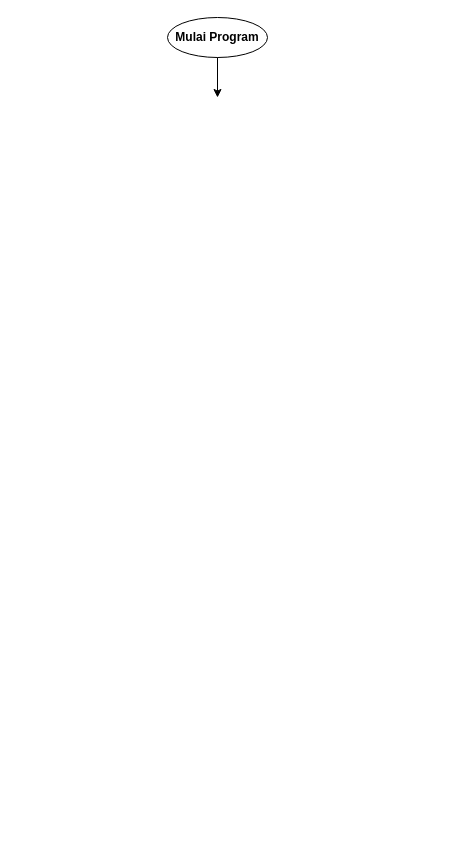
Earlier version of the draw.io diagram page "Page-1" (1 of 2) of Untitled Diagram.drawio (4KMALM/PengKomProject). Source tidied: cells renumbered, new cells numbered last; positions are measured from the earlier drawing's top-left corner, leaving out a move shared by most shapes. Both pictures are drawn from the tidied source at 100%, with x=0, y=0 at pixel (167, 17).
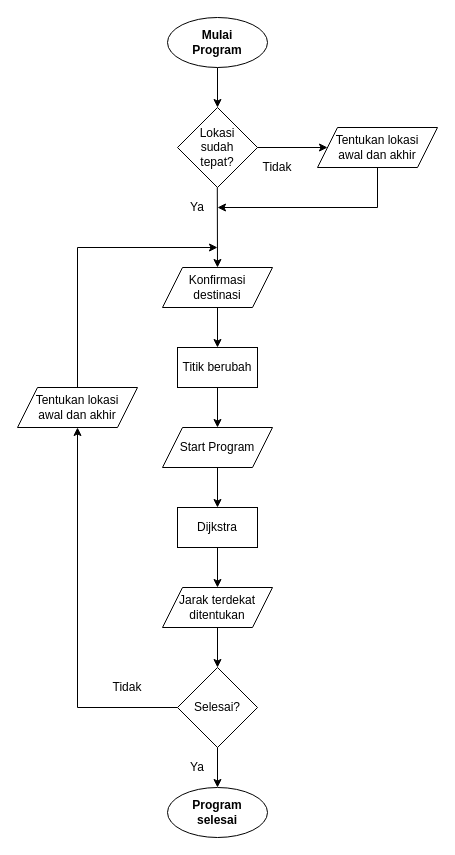
After the change.

Diff of the diagram source:
```diff
@@
+    <mxCell id="3" style="endArrow=classic;html=1;rounded=0;" parent="1" edge="1">
+      <mxGeometry relative="1" as="geometry">
+        <mxPoint x="50" y="50" as="sourcePoint" />
+        <mxPoint x="50" y="90" as="targetPoint" />
+      </mxGeometry>
+    </mxCell>
+    <mxCell id="4" style="edgeStyle=orthogonalEdgeStyle;rounded=0;orthogonalLoop=1;jettySize=auto;html=1;exitX=0.5;exitY=1;exitDx=0;exitDy=0;" parent="1" edge="1">
+      <mxGeometry relative="1" as="geometry">
+        <mxPoint x="160" y="150" as="sourcePoint" />
+        <mxPoint x="160" y="150" as="targetPoint" />
+      </mxGeometry>
+    </mxCell>
+    <mxCell id="5" style="endArrow=classic;html=1;rounded=0;entryX=0.5;entryY=0;entryDx=0;entryDy=0;" parent="1" edge="1" target="13">
+      <mxGeometry relative="1" as="geometry">
+        <mxPoint x="49.8" y="170" as="sourcePoint" />
+      </mxGeometry>
+    </mxCell>
+    <mxCell id="6" value="&lt;div&gt;Lokasi&lt;/div&gt;&lt;div&gt; sudah &lt;br&gt;&lt;/div&gt;&lt;div&gt;tepat?&lt;/div&gt;" style="rhombus;whiteSpace=wrap;html=1;align=center;verticalAlign=middle;" parent="1" vertex="1">
+      <mxGeometry x="10" y="90" width="80" height="80" as="geometry" />
+    </mxCell>
+    <mxCell id="7" value="&lt;div&gt;Ya&lt;/div&gt;" style="text;html=1;strokeColor=none;fillColor=none;align=center;verticalAlign=middle;whiteSpace=wrap;rounded=0;" parent="1" vertex="1">
+      <mxGeometry x="10" y="170" width="40" height="40" as="geometry" />
+    </mxCell>
+    <mxCell id="8" value="Tidak" style="text;html=1;strokeColor=none;fillColor=none;align=center;verticalAlign=middle;whiteSpace=wrap;rounded=0;" parent="1" vertex="1">
+      <mxGeometry x="90" y="130" width="40" height="40" as="geometry" />
+    </mxCell>
+    <mxCell id="9" style="endArrow=classic;html=1;rounded=0;exitX=0;exitY=0;exitDx=0;exitDy=0;" parent="1" edge="1" source="8" target="10">
+      <mxGeometry relative="1" as="geometry" />
+    </mxCell>
+    <mxCell id="10" value="&lt;div&gt;Tentukan lokasi&lt;/div&gt;&lt;div&gt;awal dan akhir&lt;br&gt;&lt;/div&gt;" style="shape=parallelogram;perimeter=parallelogramPerimeter;whiteSpace=wrap;html=1;fixedSize=1;align=center;verticalAlign=middle;" parent="1" vertex="1">
+      <mxGeometry x="150" y="110" width="120" height="40" as="geometry" />
+    </mxCell>
+    <mxCell id="11" style="endArrow=classic;html=1;rounded=0;exitX=0.5;exitY=1;exitDx=0;exitDy=0;" parent="1" edge="1" source="10">
+      <mxGeometry relative="1" as="geometry">
+        <mxPoint x="50" y="190" as="targetPoint" />
+        <Array as="points">
+          <mxPoint x="210" y="190" />
+        </Array>
+      </mxGeometry>
+    </mxCell>
+    <mxCell id="12" style="edgeStyle=orthogonalEdgeStyle;rounded=0;jettySize=auto;html=1;" parent="1" edge="1" source="13" target="15">
+      <mxGeometry relative="1" as="geometry" />
+    </mxCell>
+    <mxCell id="13" value="&lt;div&gt;Konfirmasi&lt;/div&gt;&lt;div&gt;destinasi&lt;/div&gt;" style="shape=parallelogram;perimeter=parallelogramPerimeter;whiteSpace=wrap;html=1;fixedSize=1;align=center;verticalAlign=middle;" parent="1" vertex="1">
+      <mxGeometry x="-5" y="250" width="110" height="40" as="geometry" />
+    </mxCell>
+    <mxCell id="14" style="edgeStyle=orthogonalEdgeStyle;rounded=0;jettySize=auto;html=1;" parent="1" edge="1" source="15" target="16">
+      <mxGeometry relative="1" as="geometry" />
+    </mxCell>
+    <mxCell id="15" value="Titik berubah" style="rounded=0;whiteSpace=wrap;html=1;align=center;verticalAlign=middle;" parent="1" vertex="1">
+      <mxGeometry x="10" y="330" width="80" height="40" as="geometry" />
+    </mxCell>
+    <mxCell id="16" value="Start Program" style="shape=parallelogram;perimeter=parallelogramPerimeter;whiteSpace=wrap;html=1;fixedSize=1;align=center;verticalAlign=middle;" parent="1" vertex="1">
+      <mxGeometry x="-5" y="410" width="110" height="40" as="geometry" />
+    </mxCell>
+    <mxCell id="17" value="Dijkstra" style="rounded=0;whiteSpace=wrap;html=1;align=center;verticalAlign=middle;" parent="1" vertex="1">
+      <mxGeometry x="10" y="490" width="80" height="40" as="geometry" />
+    </mxCell>
+    <mxCell id="18" style="endArrow=classic;html=1;rounded=0;exitX=0.5;exitY=1;exitDx=0;exitDy=0;" parent="1" edge="1" source="16" target="17">
+      <mxGeometry relative="1" as="geometry" />
+    </mxCell>
+    <mxCell id="19" value="&lt;div&gt;Jarak terdekat&lt;/div&gt;&lt;div&gt;ditentukan&lt;br&gt;&lt;/div&gt;" style="shape=parallelogram;perimeter=parallelogramPerimeter;whiteSpace=wrap;html=1;fixedSize=1;align=center;verticalAlign=middle;" parent="1" vertex="1">
+      <mxGeometry x="-5" y="570" width="110" height="40" as="geometry" />
+    </mxCell>
+    <mxCell id="20" style="endArrow=classic;html=1;rounded=0;exitX=0.5;exitY=1;exitDx=0;exitDy=0;entryX=0.5;entryY=0;entryDx=0;entryDy=0;" parent="1" edge="1" source="17" target="19">
+      <mxGeometry relative="1" as="geometry" />
+    </mxCell>
+    <mxCell id="21" value="Selesai?" style="rhombus;whiteSpace=wrap;html=1;align=center;verticalAlign=middle;" parent="1" vertex="1">
+      <mxGeometry x="10" y="650" width="80" height="80" as="geometry" />
+    </mxCell>
+    <mxCell id="22" style="endArrow=classic;html=1;rounded=0;exitX=0.5;exitY=1;exitDx=0;exitDy=0;entryX=0.5;entryY=0;entryDx=0;entryDy=0;" parent="1" edge="1" source="19" target="21">
+      <mxGeometry relative="1" as="geometry" />
+    </mxCell>
+    <mxCell id="23" value="&lt;div&gt;&lt;b&gt;Program&lt;/b&gt;&lt;/div&gt;&lt;div&gt;&lt;b&gt;selesai&lt;/b&gt;&lt;/div&gt;" style="ellipse;whiteSpace=wrap;html=1;horizontal=1;spacing=4;" parent="1" vertex="1">
+      <mxGeometry y="770" width="100" height="50" as="geometry" />
+    </mxCell>
-    <mxCell id="2" value="&lt;p&gt;&lt;b&gt;Mulai Program&lt;/b&gt;&lt;br&gt;&lt;/p&gt;" style="ellipse;whiteSpace=wrap;html=1;horizontal=1;" parent="1" vertex="1">
-      <mxGeometry width="100" height="40" as="geometry" />
+    <mxCell id="2" value="&lt;div&gt;&lt;b&gt;Mulai&lt;/b&gt;&lt;/div&gt;&lt;div&gt;&lt;b&gt;Program&lt;br&gt;&lt;/b&gt;&lt;/div&gt;" style="ellipse;whiteSpace=wrap;html=1;horizontal=1;spacing=4;labelBackgroundColor=default;labelBorderColor=none;" parent="1" vertex="1">
+      <mxGeometry width="100" height="50" as="geometry" />
     </mxCell>
-    <mxCell id="3" style="endArrow=classic;html=1;rounded=0;" parent="1" edge="1" source="2">
-      <mxGeometry relative="1" as="geometry">
-        <mxPoint x="50" y="80" as="targetPoint" />
-      </mxGeometry>
-    </mxCell>
+    <mxCell id="24" style="endArrow=classic;html=1;rounded=0;fontSize=10;exitX=0.5;exitY=1;exitDx=0;exitDy=0;entryX=0.5;entryY=0;entryDx=0;entryDy=0;" parent="1" edge="1" source="21" target="23">
+      <mxGeometry relative="1" as="geometry" />
+    </mxCell>
+    <mxCell id="25" value="&lt;div&gt;Ya&lt;/div&gt;" style="text;html=1;strokeColor=none;fillColor=none;align=center;verticalAlign=middle;whiteSpace=wrap;rounded=0;" parent="1" vertex="1">
+      <mxGeometry x="10" y="730" width="40" height="40" as="geometry" />
+    </mxCell>
+    <mxCell id="26" style="endArrow=classic;html=1;rounded=0;fontSize=10;exitX=0;exitY=0.5;exitDx=0;exitDy=0;entryX=0.5;entryY=1;entryDx=0;entryDy=0;" parent="1" edge="1" source="21" target="27">
+      <mxGeometry relative="1" as="geometry">
+        <Array as="points">
+          <mxPoint x="-90" y="690" />
+        </Array>
+      </mxGeometry>
+    </mxCell>
+    <mxCell id="27" value="&lt;div&gt;Tentukan lokasi&lt;/div&gt;&lt;div&gt;awal dan akhir&lt;br&gt;&lt;/div&gt;" style="shape=parallelogram;perimeter=parallelogramPerimeter;whiteSpace=wrap;html=1;fixedSize=1;align=center;verticalAlign=middle;" parent="1" vertex="1">
+      <mxGeometry x="-150" y="370" width="120" height="40" as="geometry" />
+    </mxCell>
+    <mxCell id="28" value="Tidak" style="text;html=1;strokeColor=none;fillColor=none;align=center;verticalAlign=middle;whiteSpace=wrap;rounded=0;" parent="1" vertex="1">
+      <mxGeometry x="-60" y="650" width="40" height="40" as="geometry" />
+    </mxCell>
+    <mxCell id="29" style="endArrow=classic;html=1;rounded=0;fontSize=10;exitX=0.5;exitY=0;exitDx=0;exitDy=0;" parent="1" edge="1" source="27">
+      <mxGeometry relative="1" as="geometry">
+        <mxPoint x="50" y="230" as="targetPoint" />
+        <Array as="points">
+          <mxPoint x="-90" y="230" />
+        </Array>
+      </mxGeometry>
+    </mxCell>
```
